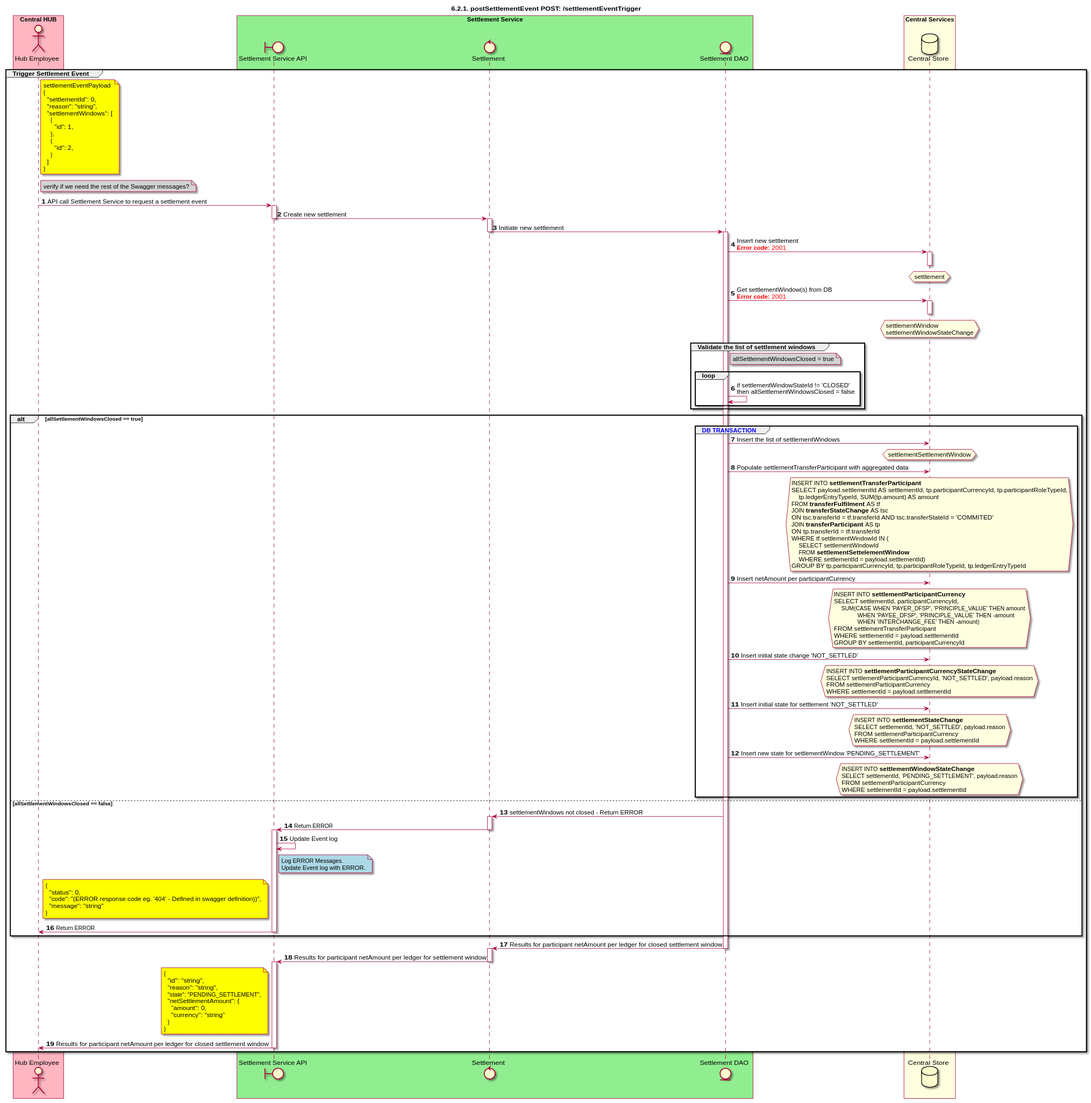
Before: CentralServices/seq_diagrams/seq-settlement-6.2.1.svg, a diagram exported from PlantUML (HenkKodde/docs).
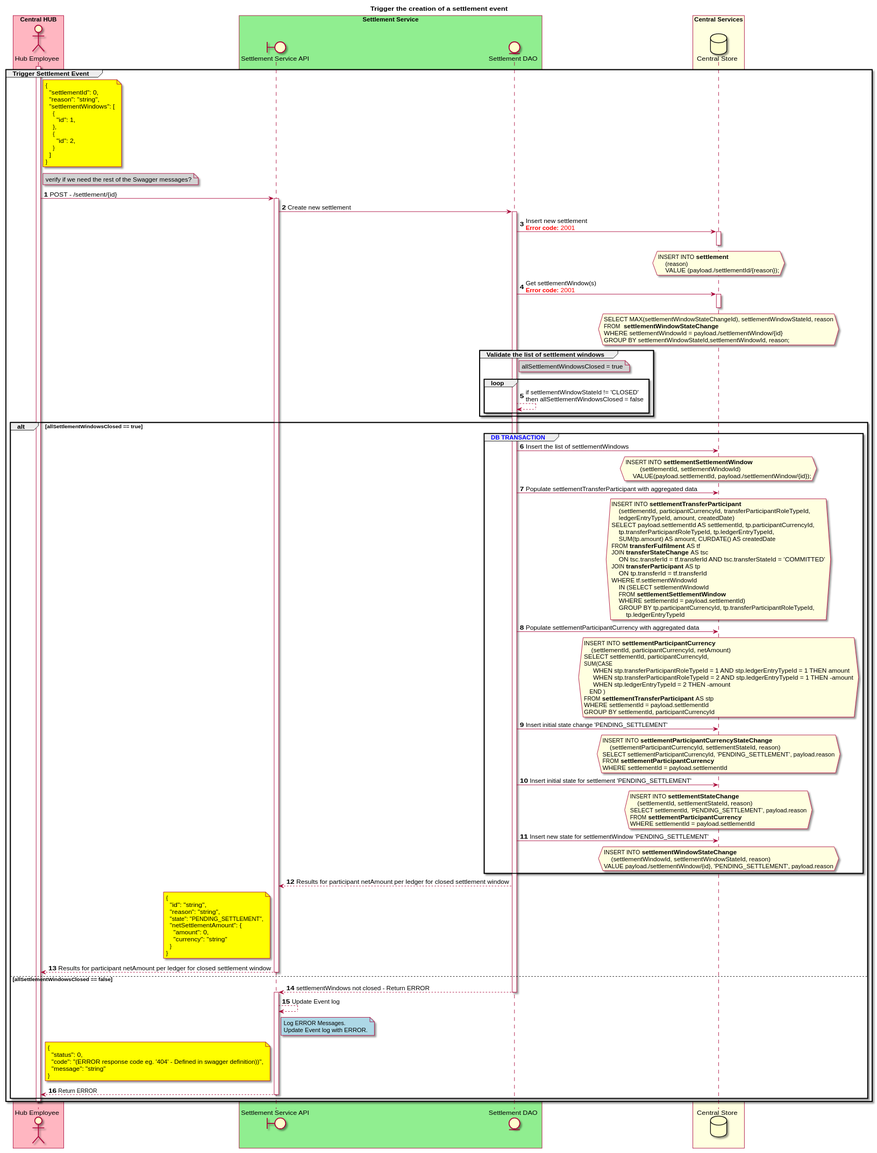
Above is the later version.

What changed in the source:
```diff
@@ -1,13 +1,11 @@
 @startuml
-title 6.2.1. postSettlementEvent POST: /settlementEventTrigger
+title Trigger the creation of a settlement event
 
 autonumber
-
 
 actor "Hub Employee" as OPERATOR
 
 boundary "Settlement Service API" as SSAPI
-control "Settlement" as SETTLEMENT
 entity "Settlement DAO" as SETTLE_DAO
 
 database "Central Store" as DB
@@ -18,7 +16,6 @@
 
 box "Settlement Service" #LightGreen
     participant SSAPI
-    participant SETTLEMENT
     participant SETTLE_DAO
 end box
 
@@ -26,10 +23,9 @@
     participant DB
 end box
 
-
 group Trigger Settlement Event
+activate OPERATOR
     note right of OPERATOR #Yellow
-        settlementEventPayload
         {
           "settlementId": 0,
           "reason": "string",
@@ -46,104 +42,121 @@
     note right of OPERATOR #LightGray
         verify if we need the rest of the Swagger messages?
     end note
-    OPERATOR -> SSAPI: API call Settlement Service to request a settlement event
+    OPERATOR -> SSAPI: POST - /settlement/{id}
     activate SSAPI
-    SSAPI-> SETTLEMENT: Create new settlement
-    deactivate SSAPI
-    activate SETTLEMENT
-    SETTLEMENT -> SETTLE_DAO: Initiate new settlement
-    deactivate SETTLEMENT
+    SSAPI-> SETTLE_DAO: Create new settlement
     activate SETTLE_DAO
-
-    SETTLE_DAO -> DB: Insert new settlement \n<color #FF0000><b>Error code:</b> 2001</color>
+    SETTLE_DAO -> DB: Insert new settlement\n<color #FF0000><b>Error code:</b> 2001</color>
     activate DB
     hnote over DB #LightYellow
-        settlement
+        INSERT INTO **settlement**
+            (reason)
+            VALUE (payload./settlementId/{reason});
     end hnote
     deactivate DB
-    deactivate SETTLEMENT
-    SETTLE_DAO -> DB: Get settlementWindow(s) from DB \n<color #FF0000><b>Error code:</b> 2001</color>
+    SETTLE_DAO -> DB: Get settlementWindow(s)\n<color #FF0000><b>Error code:</b> 2001</color>
     activate DB
     hnote over DB #LightYellow
-        settlementWindow
-        settlementWindowStateChange
+        SELECT MAX(settlementWindowStateChangeId), settlementWindowStateId, reason
+        FROM  **settlementWindowStateChange**
+        WHERE settlementWindowId = payload./settlementWindow/{id}
+        GROUP BY settlementWindowStateId,settlementWindowId, reason;
     end hnote
     deactivate DB
+
     group Validate the list of settlement windows
         note right of SETTLE_DAO #LightGray
             allSettlementWindowsClosed = true
         end note
         loop
-            SETTLE_DAO <-> SETTLE_DAO: if settlementWindowStateId != 'CLOSED' \nthen allSettlementWindowsClosed = false
+            SETTLE_DAO <--> SETTLE_DAO: if settlementWindowStateId != 'CLOSED' \nthen allSettlementWindowsClosed = false
         end loop
     end
+
     alt allSettlementWindowsClosed == true
         group <color #blue>DB TRANSACTION</color>
             SETTLE_DAO -> DB: Insert the list of settlementWindows
             hnote over DB #LightYellow
-                settlementSettlementWindow
+                INSERT INTO **settlementSettlementWindow**
+                	(settlementId, settlementWindowId)
+                    VALUE(payload.settlementId, payload./settlementWindow/{id});
             end hnote
             SETTLE_DAO -> DB: Populate settlementTransferParticipant with aggregated data
             hnote over DB #LightYellow
                 INSERT INTO **settlementTransferParticipant**
-                SELECT payload.settlementId AS settlementId, tp.participantCurrencyId, tp.participantRoleTypeId,
-                    tp.ledgerEntryTypeId, SUM(tp.amount) AS amount
+                    (settlementId, participantCurrencyId, transferParticipantRoleTypeId,
+                    ledgerEntryTypeId, amount, createdDate)
+                SELECT payload.settlementId AS settlementId, tp.participantCurrencyId,
+                    tp.transferParticipantRoleTypeId, tp.ledgerEntryTypeId,
+                    SUM(tp.amount) AS amount, CURDATE() AS createdDate
                 FROM **transferFulfilment** AS tf
                 JOIN **transferStateChange** AS tsc
-                ON tsc.transferId = tf.transferId AND tsc.transferStateId = 'COMMITED'
+                    ON tsc.transferId = tf.transferId AND tsc.transferStateId = ‘COMMITTED’
                 JOIN **transferParticipant** AS tp
-                ON tp.transferId = tf.transferId
-                WHERE tf.settlementWindowId IN (
-                    SELECT settlementWindowId
-                    FROM **settlementSettelementWindow**
+                    ON tp.transferId = tf.transferId
+                WHERE tf.settlementWindowId
+                    IN (SELECT settlementWindowId
+                    FROM **settlementSettlementWindow**
                     WHERE settlementId = payload.settlementId)
-                GROUP BY tp.participantCurrencyId, tp.participantRoleTypeId, tp.ledgerEntryTypeId
+                    GROUP BY tp.participantCurrencyId, tp.transferParticipantRoleTypeId,
+                        tp.ledgerEntryTypeId
             end hnote
-
-            SETTLE_DAO -> DB: Insert netAmount per participantCurrency
+            SETTLE_DAO -> DB: Populate settlementParticipantCurrency with aggregated data
             hnote over DB #LightYellow
                 INSERT INTO **settlementParticipantCurrency**
+                    (settlementId, participantCurrencyId, netAmount)
                 SELECT settlementId, participantCurrencyId,
-                    SUM(CASE WHEN 'PAYER_DFSP', 'PRINCIPLE_VALUE' THEN amount
-                             WHEN 'PAYEE_DFSP', 'PRINCIPLE_VALUE' THEN -amount
-                             WHEN 'INTERCHANGE_FEE' THEN -amount)
-                FROM settlementTransferParticipant
+                SUM(CASE
+                     WHEN stp.transferParticipantRoleTypeId = 1 AND stp.ledgerEntryTypeId = 1 THEN amount
+                     WHEN stp.transferParticipantRoleTypeId = 2 AND stp.ledgerEntryTypeId = 1 THEN -amount
+                     WHEN stp.ledgerEntryTypeId = 2 THEN -amount
+                   END )
+                FROM **settlementTransferParticipant** AS stp
                 WHERE settlementId = payload.settlementId
                 GROUP BY settlementId, participantCurrencyId
             end hnote
-
-            SETTLE_DAO -> DB: Insert initial state change 'NOT_SETTLED'
+            SETTLE_DAO -> DB: Insert initial state change 'PENDING_SETTLEMENT'
             hnote over DB #LightYellow
                 INSERT INTO **settlementParticipantCurrencyStateChange**
-                SELECT settlementParticipantCurrencyId, 'NOT_SETTLED', payload.reason
-                FROM settlementParticipantCurrency
+                    (settlementParticipantCurrencyId, settlementStateId, reason)
+                SELECT settlementParticipantCurrencyId, ‘PENDING_SETTLEMENT’, payload.reason
+                FROM **settlementParticipantCurrency**
                 WHERE settlementId = payload.settlementId
             end hnote
-
-            SETTLE_DAO -> DB: Insert initial state for settlement 'NOT_SETTLED'
+            SETTLE_DAO -> DB: Insert initial state for settlement 'PENDING_SETTLEMENT'
             hnote over DB #LightYellow
                 INSERT INTO **settlementStateChange**
-                SELECT settlementId, 'NOT_SETTLED', payload.reason
-                FROM settlementParticipantCurrency
+                    (settlementId, settlementStateId, reason)
+                SELECT settlementId, ‘PENDING_SETTLEMENT’, payload.reason
+                FROM **settlementParticipantCurrency**
                 WHERE settlementId = payload.settlementId
             end hnote
-
             SETTLE_DAO -> DB: Insert new state for settlementWindow 'PENDING_SETTLEMENT'
             hnote over DB #LightYellow
                 INSERT INTO **settlementWindowStateChange**
-                SELECT settlementId, 'PENDING_SETTLEMENT', payload.reason
-                FROM settlementParticipantCurrency
-                WHERE settlementId = payload.settlementId
+                    (settlementWindowId, settlementWindowStateId, reason)
+                VALUE payload./settlementWindow/{id}, 'PENDING_SETTLEMENT', payload.reason
             end hnote
         end
-
+        SSAPI <-- SETTLE_DAO: Results for participant netAmount per ledger for closed settlement window
+        note left of SSAPI #Yellow
+            {
+              "id": "string",
+              "reason": "string",
+              "state": "PENDING_SETTLEMENT",
+              "netSettlementAmount": {
+                "amount": 0,
+                "currency": "string"
+              }
+            }
+        end note
+        OPERATOR <-- SSAPI: Results for participant netAmount per ledger for closed settlement window
+        deactivate SSAPI
     else allSettlementWindowsClosed == false
-        SETTLE_DAO -> SETTLEMENT: settlementWindows not closed - Return ERROR
-        activate SETTLEMENT
-        SETTLEMENT -> SSAPI: Return ERROR
-        deactivate SETTLEMENT
+        SETTLE_DAO --> SSAPI: settlementWindows not closed - Return ERROR
+        deactivate SETTLE_DAO
         activate SSAPI
-        SSAPI <-> SSAPI: Update Event log
+        SSAPI <--> SSAPI: Update Event log
         note right of SSAPI #LightBlue
             Log ERROR Messages.
             Update Event log with ERROR.
@@ -155,28 +168,9 @@
               "message": "string"
             }
         end note
-        OPERATOR <- SSAPI: Return ERROR
+        OPERATOR <-- SSAPI: Return ERROR
         deactivate SSAPI
     end
-
-    SETTLEMENT <- SETTLE_DAO: Results for participant netAmount per ledger for closed settlement window
-    deactivate SETTLE_DAO
-    activate SETTLEMENT
-    SETTLEMENT -> SSAPI: Results for participant netAmount per ledger for settlement window
-    note left of SSAPI #Yellow
-        {
-          "id": "string",
-          "reason": "string",
-          "state": "PENDING_SETTLEMENT",
-          "netSettlementAmount": {
-            "amount": 0,
-            "currency": "string"
-          }
-        }
-    end note
-    deactivate SETTLEMENT
-    activate SSAPI
-    SSAPI -> OPERATOR: Results for participant netAmount per ledger for closed settlement window
-    deactivate SSAPI
+deactivate OPERATOR
 end
 @enduml
```
